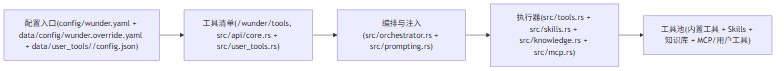
The Mermaid diagram docs/diagrams/system-intro/03-tool-management-flow.png in ylsdamxssjxxdd/wunder, before a commit. Its source is kept beside it as docs/diagrams/system-intro/03-tool-management-flow.mmd.
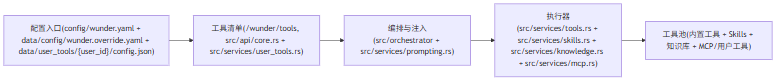
After the commit.

Diff of the diagram source:
```diff
@@ -1,5 +1,5 @@
 flowchart LR
-  Config["配置入口(config/wunder.yaml + data/config/wunder.override.yaml + data/user_tools/<user_id>/config.json)"] --> Catalog["工具清单(/wunder/tools, src/api/core.rs + src/services/user_tools.rs)"]
+  Config["配置入口(config/wunder.yaml + data/config/wunder.override.yaml + data/user_tools/{user_id}/config.json)"] --> Catalog["工具清单(/wunder/tools, src/api/core.rs + src/services/user_tools.rs)"]
   Catalog --> Orchestrator["编排与注入(src/orchestrator + src/services/prompting.rs)"]
   Orchestrator --> Exec["执行器(src/services/tools.rs + src/services/skills.rs + src/services/knowledge.rs + src/services/mcp.rs)"]
   Exec --> Pool["工具池(内置工具 + Skills + 知识库 + MCP/用户工具)"]
```
